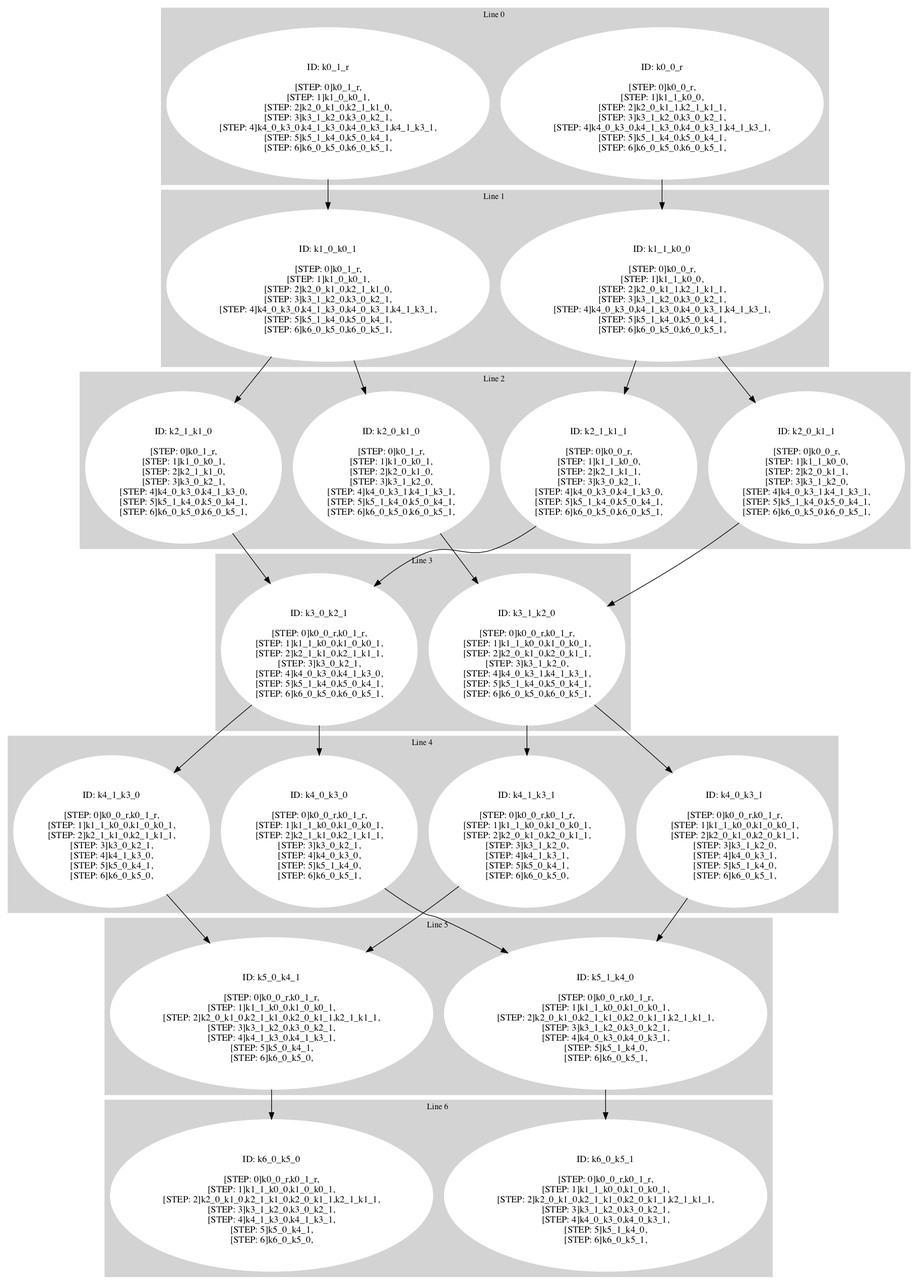
This is test_visual/build_nvars3_machine.png from ricardombiot/3sat_machine_original_rs, a Graphviz export, as it was before one commit. Its source is kept beside it as test_visual/build_nvars3_machine.dot.
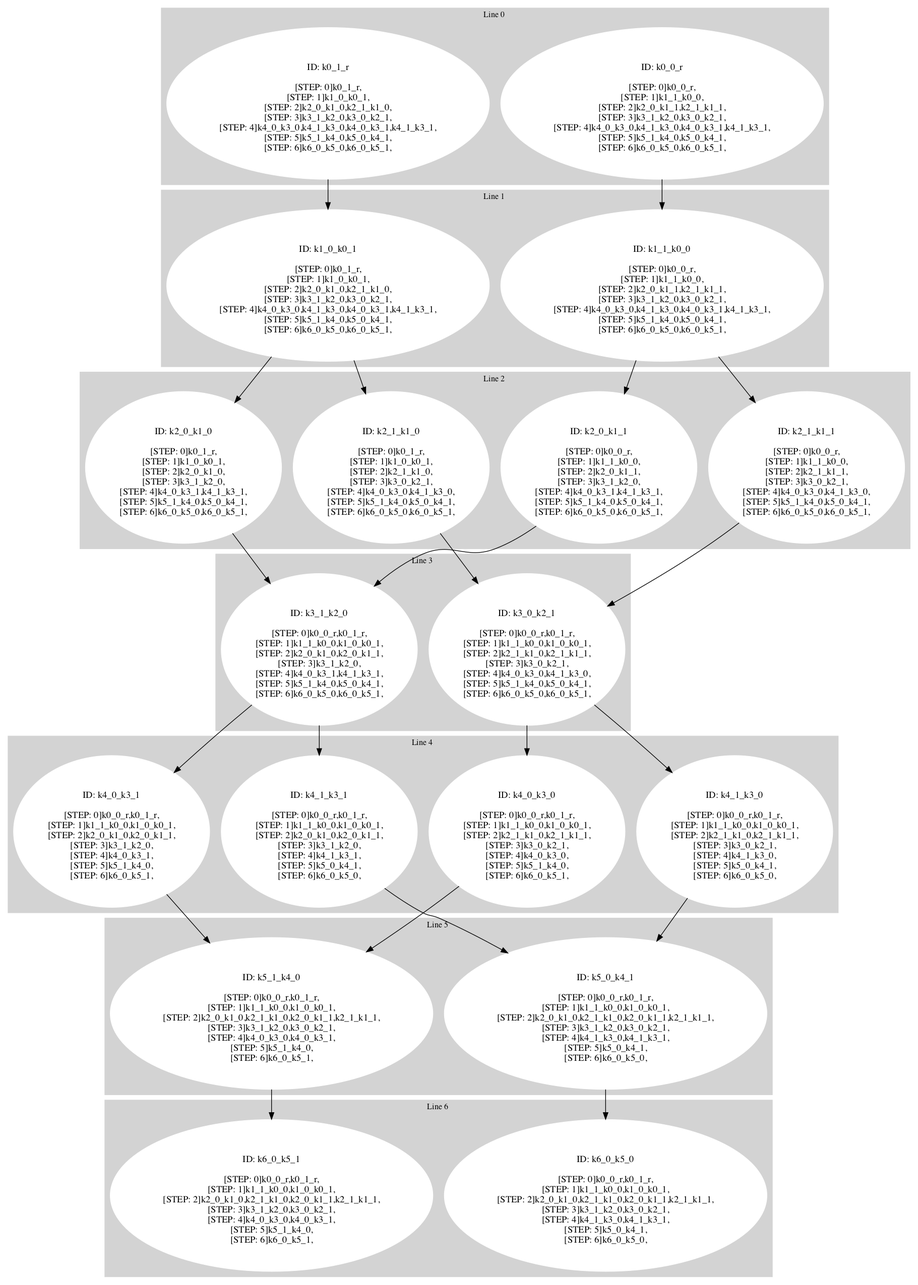
The same diagram one commit later.

Diff of the diagram source:
```diff
@@ -28,18 +28,18 @@
  style=filled;
  color=lightgrey;
      node [style=filled,color=white];
-k1_0_k0_1 [label=<<BR /> ID: k1_0_k0_1 <BR /> <BR />
-[STEP: 0]k0_1_r,<BR />
-[STEP: 1]k1_0_k0_1,<BR />
-[STEP: 2]k2_0_k1_0,k2_1_k1_0,<BR />
+k1_1_k0_0 [label=<<BR /> ID: k1_1_k0_0 <BR /> <BR />
+[STEP: 0]k0_0_r,<BR />
+[STEP: 1]k1_1_k0_0,<BR />
+[STEP: 2]k2_0_k1_1,k2_1_k1_1,<BR />
 [STEP: 3]k3_1_k2_0,k3_0_k2_1,<BR />
 [STEP: 4]k4_0_k3_0,k4_1_k3_0,k4_0_k3_1,k4_1_k3_1,<BR />
 [STEP: 5]k5_1_k4_0,k5_0_k4_1,<BR />
 [STEP: 6]k6_0_k5_0,k6_0_k5_1,<BR />
->]k1_1_k0_0 [label=<<BR /> ID: k1_1_k0_0 <BR /> <BR />
-[STEP: 0]k0_0_r,<BR />
-[STEP: 1]k1_1_k0_0,<BR />
-[STEP: 2]k2_0_k1_1,k2_1_k1_1,<BR />
+>]k1_0_k0_1 [label=<<BR /> ID: k1_0_k0_1 <BR /> <BR />
+[STEP: 0]k0_1_r,<BR />
+[STEP: 1]k1_0_k0_1,<BR />
+[STEP: 2]k2_0_k1_0,k2_1_k1_0,<BR />
 [STEP: 3]k3_1_k2_0,k3_0_k2_1,<BR />
 [STEP: 4]k4_0_k3_0,k4_1_k3_0,k4_0_k3_1,k4_1_k3_1,<BR />
 [STEP: 5]k5_1_k4_0,k5_0_k4_1,<BR />
@@ -52,7 +52,15 @@
  style=filled;
  color=lightgrey;
      node [style=filled,color=white];
-k2_0_k1_0 [label=<<BR /> ID: k2_0_k1_0 <BR /> <BR />
+k2_1_k1_1 [label=<<BR /> ID: k2_1_k1_1 <BR /> <BR />
+[STEP: 0]k0_0_r,<BR />
+[STEP: 1]k1_1_k0_0,<BR />
+[STEP: 2]k2_1_k1_1,<BR />
+[STEP: 3]k3_0_k2_1,<BR />
+[STEP: 4]k4_0_k3_0,k4_1_k3_0,<BR />
+[STEP: 5]k5_1_k4_0,k5_0_k4_1,<BR />
+[STEP: 6]k6_0_k5_0,k6_0_k5_1,<BR />
+>]k2_0_k1_0 [label=<<BR /> ID: k2_0_k1_0 <BR /> <BR />
 [STEP: 0]k0_1_r,<BR />
 [STEP: 1]k1_0_k0_1,<BR />
 [STEP: 2]k2_0_k1_0,<BR />
@@ -60,10 +68,10 @@
 [STEP: 4]k4_0_k3_1,k4_1_k3_1,<BR />
 [STEP: 5]k5_1_k4_0,k5_0_k4_1,<BR />
 [STEP: 6]k6_0_k5_0,k6_0_k5_1,<BR />
->]k2_1_k1_1 [label=<<BR /> ID: k2_1_k1_1 <BR /> <BR />
-[STEP: 0]k0_0_r,<BR />
-[STEP: 1]k1_1_k0_0,<BR />
-[STEP: 2]k2_1_k1_1,<BR />
+>]k2_1_k1_0 [label=<<BR /> ID: k2_1_k1_0 <BR /> <BR />
+[STEP: 0]k0_1_r,<BR />
+[STEP: 1]k1_0_k0_1,<BR />
+[STEP: 2]k2_1_k1_0,<BR />
 [STEP: 3]k3_0_k2_1,<BR />
 [STEP: 4]k4_0_k3_0,k4_1_k3_0,<BR />
 [STEP: 5]k5_1_k4_0,k5_0_k4_1,<BR />
@@ -76,14 +84,6 @@
 [STEP: 4]k4_0_k3_1,k4_1_k3_1,<BR />
 [STEP: 5]k5_1_k4_0,k5_0_k4_1,<BR />
 [STEP: 6]k6_0_k5_0,k6_0_k5_1,<BR />
->]k2_1_k1_0 [label=<<BR /> ID: k2_1_k1_0 <BR /> <BR />
-[STEP: 0]k0_1_r,<BR />
-[STEP: 1]k1_0_k0_1,<BR />
-[STEP: 2]k2_1_k1_0,<BR />
-[STEP: 3]k3_0_k2_1,<BR />
-[STEP: 4]k4_0_k3_0,k4_1_k3_0,<BR />
-[STEP: 5]k5_1_k4_0,k5_0_k4_1,<BR />
-[STEP: 6]k6_0_k5_0,k6_0_k5_1,<BR />
 >]
      fontsize="12"
      label = "Line 2 "
@@ -92,20 +92,20 @@
  style=filled;
  color=lightgrey;
      node [style=filled,color=white];
-k3_1_k2_0 [label=<<BR /> ID: k3_1_k2_0 <BR /> <BR />
+k3_0_k2_1 [label=<<BR /> ID: k3_0_k2_1 <BR /> <BR />
+[STEP: 0]k0_0_r,k0_1_r,<BR />
+[STEP: 1]k1_1_k0_0,k1_0_k0_1,<BR />
+[STEP: 2]k2_1_k1_0,k2_1_k1_1,<BR />
+[STEP: 3]k3_0_k2_1,<BR />
+[STEP: 4]k4_0_k3_0,k4_1_k3_0,<BR />
+[STEP: 5]k5_1_k4_0,k5_0_k4_1,<BR />
+[STEP: 6]k6_0_k5_0,k6_0_k5_1,<BR />
+>]k3_1_k2_0 [label=<<BR /> ID: k3_1_k2_0 <BR /> <BR />
 [STEP: 0]k0_0_r,k0_1_r,<BR />
 [STEP: 1]k1_1_k0_0,k1_0_k0_1,<BR />
 [STEP: 2]k2_0_k1_0,k2_0_k1_1,<BR />
 [STEP: 3]k3_1_k2_0,<BR />
 [STEP: 4]k4_0_k3_1,k4_1_k3_1,<BR />
-[STEP: 5]k5_1_k4_0,k5_0_k4_1,<BR />
-[STEP: 6]k6_0_k5_0,k6_0_k5_1,<BR />
->]k3_0_k2_1 [label=<<BR /> ID: k3_0_k2_1 <BR /> <BR />
-[STEP: 0]k0_0_r,k0_1_r,<BR />
-[STEP: 1]k1_1_k0_0,k1_0_k0_1,<BR />
-[STEP: 2]k2_1_k1_0,k2_1_k1_1,<BR />
-[STEP: 3]k3_0_k2_1,<BR />
-[STEP: 4]k4_0_k3_0,k4_1_k3_0,<BR />
 [STEP: 5]k5_1_k4_0,k5_0_k4_1,<BR />
 [STEP: 6]k6_0_k5_0,k6_0_k5_1,<BR />
 >]
@@ -116,7 +116,23 @@
  style=filled;
  color=lightgrey;
      node [style=filled,color=white];
-k4_0_k3_1 [label=<<BR /> ID: k4_0_k3_1 <BR /> <BR />
+k4_1_k3_0 [label=<<BR /> ID: k4_1_k3_0 <BR /> <BR />
+[STEP: 0]k0_0_r,k0_1_r,<BR />
+[STEP: 1]k1_1_k0_0,k1_0_k0_1,<BR />
+[STEP: 2]k2_1_k1_0,k2_1_k1_1,<BR />
+[STEP: 3]k3_0_k2_1,<BR />
+[STEP: 4]k4_1_k3_0,<BR />
+[STEP: 5]k5_0_k4_1,<BR />
+[STEP: 6]k6_0_k5_0,<BR />
+>]k4_0_k3_0 [label=<<BR /> ID: k4_0_k3_0 <BR /> <BR />
+[STEP: 0]k0_0_r,k0_1_r,<BR />
+[STEP: 1]k1_1_k0_0,k1_0_k0_1,<BR />
+[STEP: 2]k2_1_k1_0,k2_1_k1_1,<BR />
+[STEP: 3]k3_0_k2_1,<BR />
+[STEP: 4]k4_0_k3_0,<BR />
+[STEP: 5]k5_1_k4_0,<BR />
+[STEP: 6]k6_0_k5_1,<BR />
+>]k4_0_k3_1 [label=<<BR /> ID: k4_0_k3_1 <BR /> <BR />
 [STEP: 0]k0_0_r,k0_1_r,<BR />
 [STEP: 1]k1_1_k0_0,k1_0_k0_1,<BR />
 [STEP: 2]k2_0_k1_0,k2_0_k1_1,<BR />
@@ -132,22 +148,6 @@
 [STEP: 4]k4_1_k3_1,<BR />
 [STEP: 5]k5_0_k4_1,<BR />
 [STEP: 6]k6_0_k5_0,<BR />
->]k4_1_k3_0 [label=<<BR /> ID: k4_1_k3_0 <BR /> <BR />
-[STEP: 0]k0_0_r,k0_1_r,<BR />
-[STEP: 1]k1_1_k0_0,k1_0_k0_1,<BR />
-[STEP: 2]k2_1_k1_0,k2_1_k1_1,<BR />
-[STEP: 3]k3_0_k2_1,<BR />
-[STEP: 4]k4_1_k3_0,<BR />
-[STEP: 5]k5_0_k4_1,<BR />
-[STEP: 6]k6_0_k5_0,<BR />
->]k4_0_k3_0 [label=<<BR /> ID: k4_0_k3_0 <BR /> <BR />
-[STEP: 0]k0_0_r,k0_1_r,<BR />
-[STEP: 1]k1_1_k0_0,k1_0_k0_1,<BR />
-[STEP: 2]k2_1_k1_0,k2_1_k1_1,<BR />
-[STEP: 3]k3_0_k2_1,<BR />
-[STEP: 4]k4_0_k3_0,<BR />
-[STEP: 5]k5_1_k4_0,<BR />
-[STEP: 6]k6_0_k5_1,<BR />
 >]
      fontsize="12"
      label = "Line 4 "
@@ -156,7 +156,15 @@
  style=filled;
  color=lightgrey;
      node [style=filled,color=white];
-k5_1_k4_0 [label=<<BR /> ID: k5_1_k4_0 <BR /> <BR />
+k5_0_k4_1 [label=<<BR /> ID: k5_0_k4_1 <BR /> <BR />
+[STEP: 0]k0_0_r,k0_1_r,<BR />
+[STEP: 1]k1_1_k0_0,k1_0_k0_1,<BR />
+[STEP: 2]k2_0_k1_0,k2_1_k1_0,k2_0_k1_1,k2_1_k1_1,<BR />
+[STEP: 3]k3_1_k2_0,k3_0_k2_1,<BR />
+[STEP: 4]k4_1_k3_0,k4_1_k3_1,<BR />
+[STEP: 5]k5_0_k4_1,<BR />
+[STEP: 6]k6_0_k5_0,<BR />
+>]k5_1_k4_0 [label=<<BR /> ID: k5_1_k4_0 <BR /> <BR />
 [STEP: 0]k0_0_r,k0_1_r,<BR />
 [STEP: 1]k1_1_k0_0,k1_0_k0_1,<BR />
 [STEP: 2]k2_0_k1_0,k2_1_k1_0,k2_0_k1_1,k2_1_k1_1,<BR />
@@ -164,14 +172,6 @@
 [STEP: 4]k4_0_k3_0,k4_0_k3_1,<BR />
 [STEP: 5]k5_1_k4_0,<BR />
 [STEP: 6]k6_0_k5_1,<BR />
->]k5_0_k4_1 [label=<<BR /> ID: k5_0_k4_1 <BR /> <BR />
-[STEP: 0]k0_0_r,k0_1_r,<BR />
-[STEP: 1]k1_1_k0_0,k1_0_k0_1,<BR />
-[STEP: 2]k2_0_k1_0,k2_1_k1_0,k2_0_k1_1,k2_1_k1_1,<BR />
-[STEP: 3]k3_1_k2_0,k3_0_k2_1,<BR />
-[STEP: 4]k4_1_k3_0,k4_1_k3_1,<BR />
-[STEP: 5]k5_0_k4_1,<BR />
-[STEP: 6]k6_0_k5_0,<BR />
 >]
      fontsize="12"
      label = "Line 5 "
@@ -180,7 +180,15 @@
  style=filled;
  color=lightgrey;
      node [style=filled,color=white];
-k6_0_k5_1 [label=<<BR /> ID: k6_0_k5_1 <BR /> <BR />
+k6_0_k5_0 [label=<<BR /> ID: k6_0_k5_0 <BR /> <BR />
+[STEP: 0]k0_0_r,k0_1_r,<BR />
+[STEP: 1]k1_1_k0_0,k1_0_k0_1,<BR />
+[STEP: 2]k2_0_k1_0,k2_1_k1_0,k2_0_k1_1,k2_1_k1_1,<BR />
+[STEP: 3]k3_1_k2_0,k3_0_k2_1,<BR />
+[STEP: 4]k4_1_k3_0,k4_1_k3_1,<BR />
+[STEP: 5]k5_0_k4_1,<BR />
+[STEP: 6]k6_0_k5_0,<BR />
+>]k6_0_k5_1 [label=<<BR /> ID: k6_0_k5_1 <BR /> <BR />
 [STEP: 0]k0_0_r,k0_1_r,<BR />
 [STEP: 1]k1_1_k0_0,k1_0_k0_1,<BR />
 [STEP: 2]k2_0_k1_0,k2_1_k1_0,k2_0_k1_1,k2_1_k1_1,<BR />
@@ -188,36 +196,28 @@
 [STEP: 4]k4_0_k3_0,k4_0_k3_1,<BR />
 [STEP: 5]k5_1_k4_0,<BR />
 [STEP: 6]k6_0_k5_1,<BR />
->]k6_0_k5_0 [label=<<BR /> ID: k6_0_k5_0 <BR /> <BR />
-[STEP: 0]k0_0_r,k0_1_r,<BR />
-[STEP: 1]k1_1_k0_0,k1_0_k0_1,<BR />
-[STEP: 2]k2_0_k1_0,k2_1_k1_0,k2_0_k1_1,k2_1_k1_1,<BR />
-[STEP: 3]k3_1_k2_0,k3_0_k2_1,<BR />
-[STEP: 4]k4_1_k3_0,k4_1_k3_1,<BR />
-[STEP: 5]k5_0_k4_1,<BR />
-[STEP: 6]k6_0_k5_0,<BR />
 >]
      fontsize="12"
      label = "Line 6 "
  }
 k0_0_r -> k1_1_k0_0
 k0_1_r -> k1_0_k0_1
+k1_1_k0_0 -> k2_1_k1_1
+k1_1_k0_0 -> k2_0_k1_1
+k1_0_k0_1 -> k2_1_k1_0
 k1_0_k0_1 -> k2_0_k1_0
-k1_0_k0_1 -> k2_1_k1_0
-k1_1_k0_0 -> k2_0_k1_1
-k1_1_k0_0 -> k2_1_k1_1
+k2_1_k1_1 -> k3_0_k2_1
 k2_0_k1_0 -> k3_1_k2_0
-k2_1_k1_1 -> k3_0_k2_1
+k2_1_k1_0 -> k3_0_k2_1
 k2_0_k1_1 -> k3_1_k2_0
-k2_1_k1_0 -> k3_0_k2_1
+k3_0_k2_1 -> k4_1_k3_0
+k3_0_k2_1 -> k4_0_k3_0
+k3_1_k2_0 -> k4_1_k3_1
 k3_1_k2_0 -> k4_0_k3_1
-k3_1_k2_0 -> k4_1_k3_1
-k3_0_k2_1 -> k4_0_k3_0
-k3_0_k2_1 -> k4_1_k3_0
+k4_1_k3_0 -> k5_0_k4_1
+k4_0_k3_0 -> k5_1_k4_0
 k4_0_k3_1 -> k5_1_k4_0
 k4_1_k3_1 -> k5_0_k4_1
-k4_1_k3_0 -> k5_0_k4_1
-k4_0_k3_0 -> k5_1_k4_0
+k5_0_k4_1 -> k6_0_k5_0
 k5_1_k4_0 -> k6_0_k5_1
-k5_0_k4_1 -> k6_0_k5_0
 }
```
